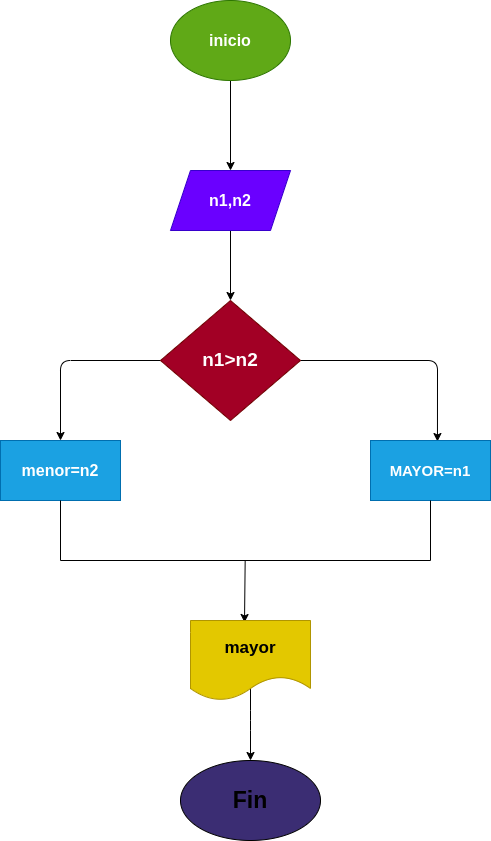
This is diagrama.png from Orlando77111/mayor_2enteros, a draw.io export, as it was before one commit. Source tidied: cells renumbered, new cells last; positions are measured from the earlier drawing's top-left corner, leaving out a move shared by most shapes.
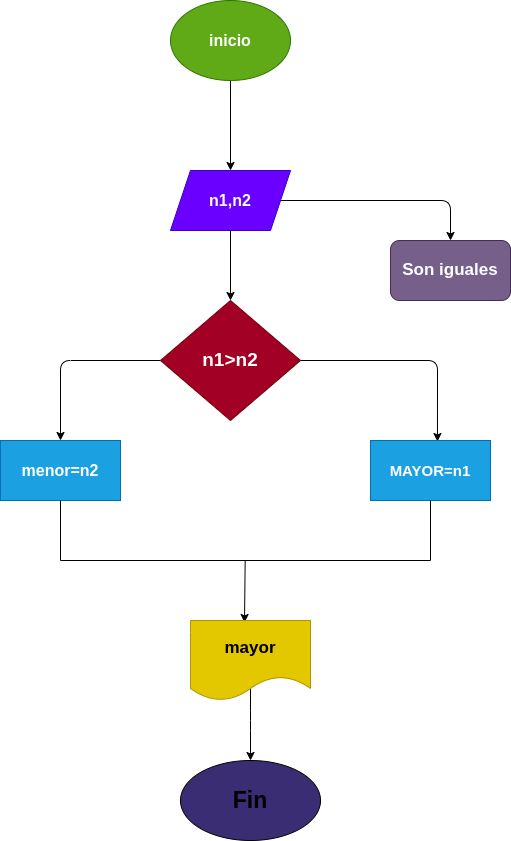
Later version of the same file.

Commit message:
seha modificado el png

Change to the diagram source:
```diff
@@ -11,6 +11,13 @@
     <mxCell id="4" style="edgeStyle=none;html=1;" parent="1" edge="1" source="5" target="8">
       <mxGeometry relative="1" as="geometry" />
     </mxCell>
+    <mxCell id="16" style="edgeStyle=none;html=1;entryX=0.5;entryY=0;entryDx=0;entryDy=0;fontSize=17;" parent="1" edge="1" source="5" target="17">
+      <mxGeometry relative="1" as="geometry">
+        <Array as="points">
+          <mxPoint x="450" y="200" />
+        </Array>
+      </mxGeometry>
+    </mxCell>
     <mxCell id="5" value="&lt;b&gt;&lt;font style=&quot;font-size: 16px;&quot;&gt;n1,n2&lt;/font&gt;&lt;/b&gt;" style="shape=parallelogram;perimeter=parallelogramPerimeter;whiteSpace=wrap;html=1;fixedSize=1;fillColor=#6a00ff;fontColor=#ffffff;strokeColor=#3700CC;" parent="1" vertex="1">
       <mxGeometry x="170" y="170" width="120" height="60" as="geometry" />
     </mxCell>
@@ -56,5 +63,8 @@
     <mxCell id="15" value="&lt;b&gt;&lt;font style=&quot;font-size: 23px;&quot;&gt;Fin&lt;/font&gt;&lt;/b&gt;" style="ellipse;whiteSpace=wrap;html=1;fillColor=#3B2D73;" parent="1" vertex="1">
       <mxGeometry x="180" y="760" width="140" height="80" as="geometry" />
     </mxCell>
+    <mxCell id="17" value="&lt;b&gt;&lt;font style=&quot;font-size: 17px;&quot;&gt;Son iguales&lt;/font&gt;&lt;/b&gt;" style="rounded=1;whiteSpace=wrap;html=1;fillColor=#76608a;fontColor=#ffffff;strokeColor=#432D57;" parent="1" vertex="1">
+      <mxGeometry x="390" y="240" width="120" height="60" as="geometry" />
+    </mxCell>
   </root>
 </mxGraphModel>
```
